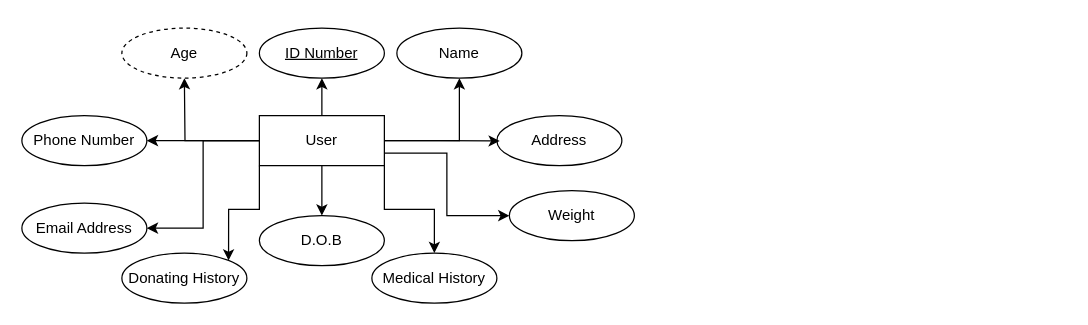
Earlier version of the draw.io diagram EER Diagram/BloodDonationSystem.drawio (NawafSD/BloodDonationSystem). Source tidied: cells renumbered, new cells numbered last; positions are measured from the earlier drawing's top-left corner, leaving out a move shared by most shapes. Both pictures are drawn from the tidied source at 125%, with x=0, y=0 at pixel (21, 28).
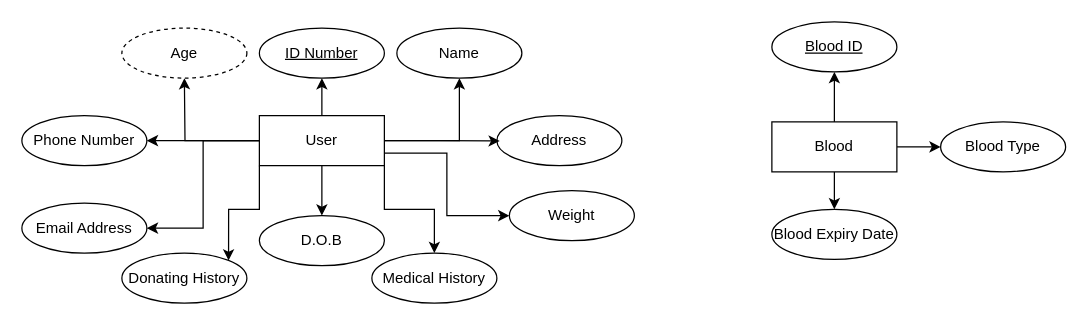
The same page after the edit.

The edit, as a diff of the source:
```diff
@@
+    <mxCell id="23" style="edgeStyle=orthogonalEdgeStyle;rounded=0;jettySize=auto;html=1;" parent="1" edge="1" source="26" target="27">
+      <mxGeometry relative="1" as="geometry" />
+    </mxCell>
+    <mxCell id="24" style="edgeStyle=orthogonalEdgeStyle;rounded=0;jettySize=auto;html=1;" parent="1" edge="1" source="26" target="28">
+      <mxGeometry relative="1" as="geometry" />
+    </mxCell>
+    <mxCell id="25" style="edgeStyle=orthogonalEdgeStyle;rounded=0;jettySize=auto;html=1;" parent="1" edge="1" source="26" target="29">
+      <mxGeometry relative="1" as="geometry" />
+    </mxCell>
+    <mxCell id="26" value="Blood" style="whiteSpace=wrap;html=1;align=center;" parent="1" vertex="1">
+      <mxGeometry x="600" y="75" width="100" height="40" as="geometry" />
+    </mxCell>
+    <mxCell id="27" value="Blood ID" style="ellipse;whiteSpace=wrap;html=1;align=center;fontStyle=4;" parent="1" vertex="1">
+      <mxGeometry x="600" y="-5" width="100" height="40" as="geometry" />
+    </mxCell>
+    <mxCell id="28" value="Blood Type" style="ellipse;whiteSpace=wrap;html=1;align=center;" parent="1" vertex="1">
+      <mxGeometry x="735" y="75" width="100" height="40" as="geometry" />
+    </mxCell>
+    <mxCell id="29" value="Blood Expiry Date" style="ellipse;whiteSpace=wrap;html=1;align=center;" parent="1" vertex="1">
+      <mxGeometry x="600" y="145" width="100" height="40" as="geometry" />
+    </mxCell>
```
